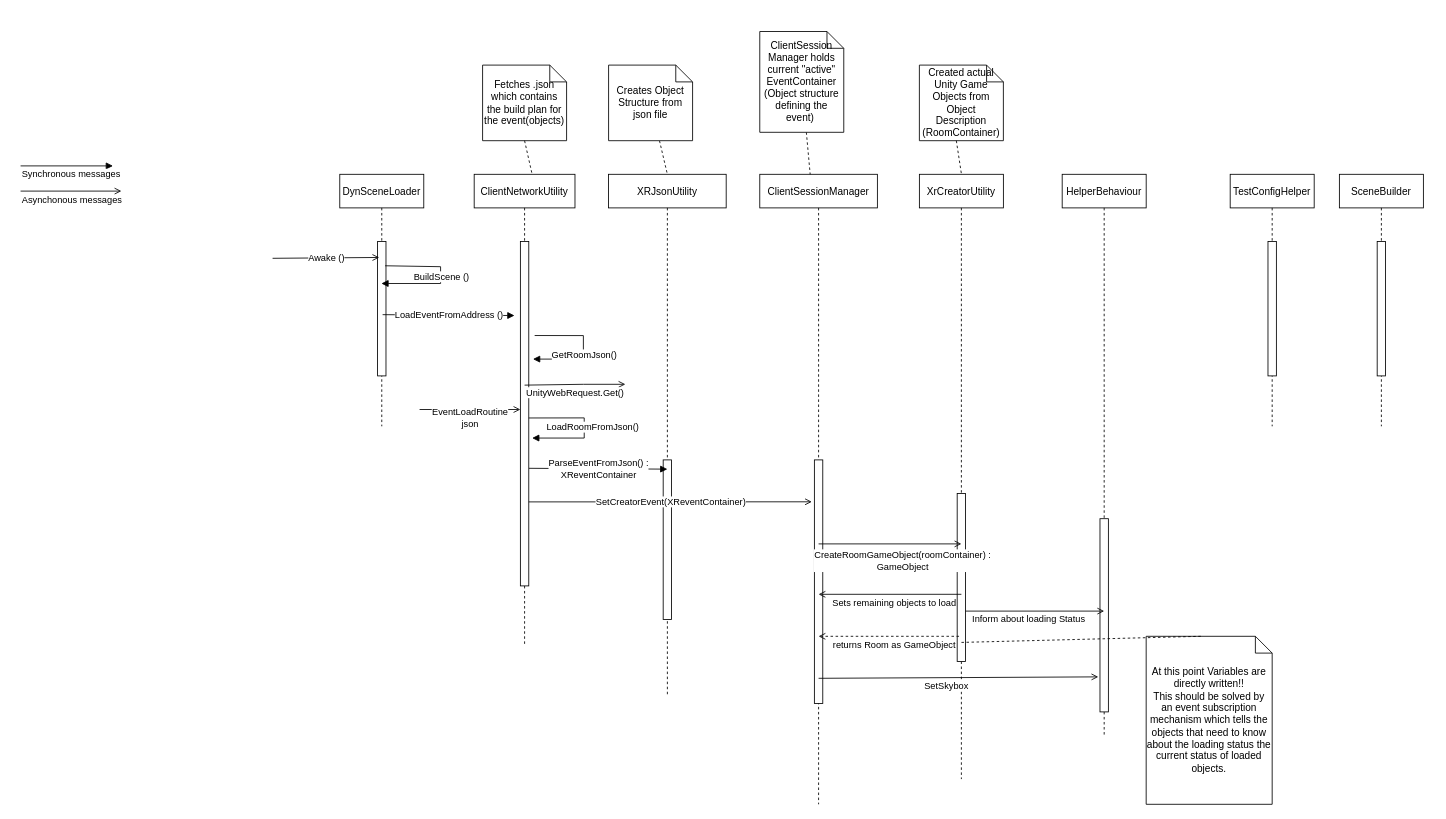
Earlier version of the draw.io diagram Documentation/Diagrams/DrawIO/SeqDiag_LevelLoader.drawio (xrchisense/xrevent-client-unity). Source tidied: cells renumbered, new cells numbered last; positions are measured from the earlier drawing's top-left corner, leaving out a move shared by most shapes. Both pictures are drawn from the tidied source at 84%, with x=0, y=0 at pixel (20, 31).
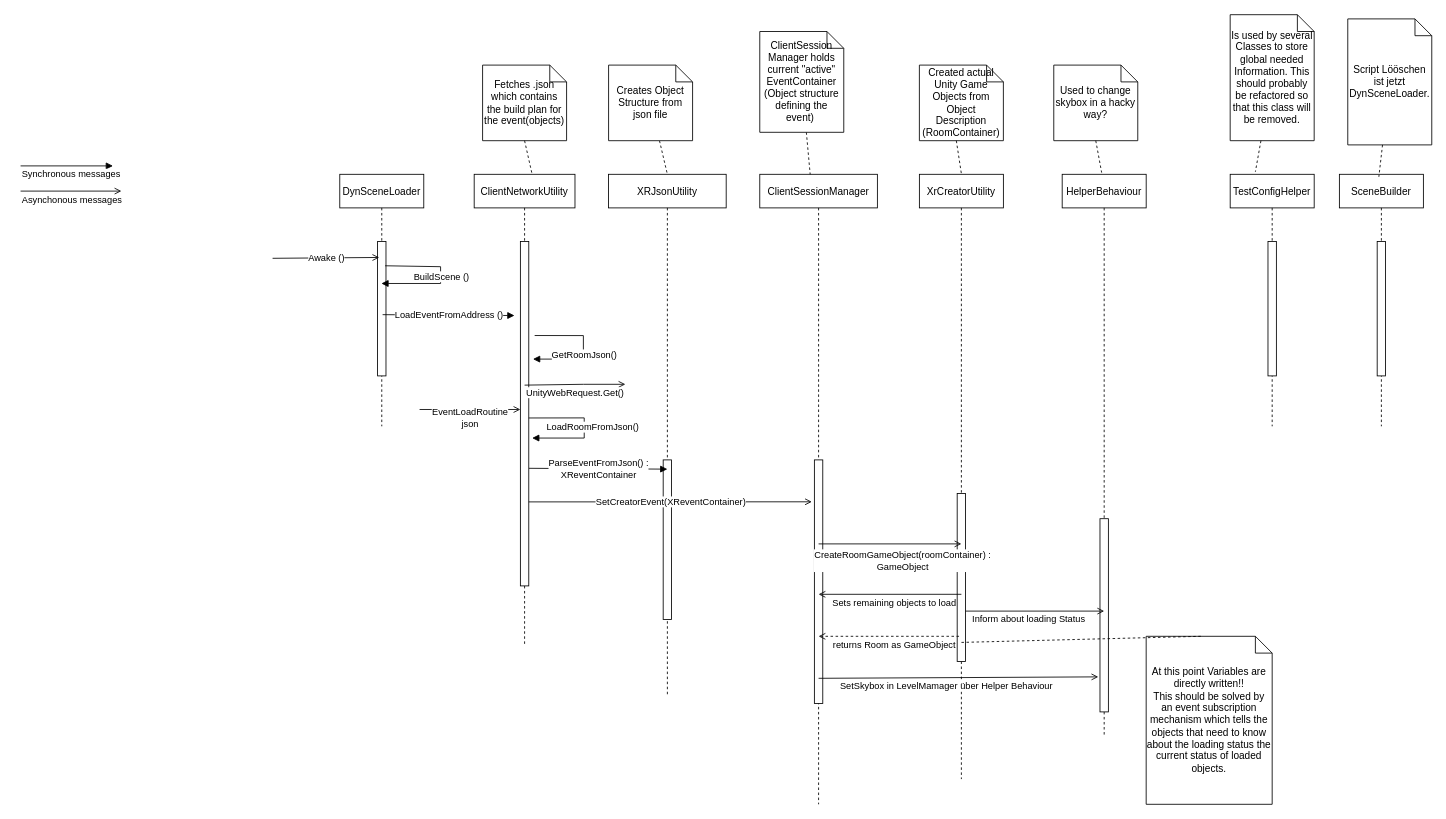
After the change.

Unchanged cells that the change refers to:
```xml
<mxCell id="19" value="XrCreatorUtility" style="shape=umlLifeline;perimeter=lifelinePerimeter;rounded=0;shadow=0;strokeWidth=1;" parent="1" vertex="1">
  <mxGeometry x="1070" y="170" width="100" height="720" as="geometry" />
</mxCell>
<mxCell id="22" value="SceneBuilder" style="shape=umlLifeline;perimeter=lifelinePerimeter;rounded=0;shadow=0;strokeWidth=1;" parent="1" vertex="1">
  <mxGeometry x="1570" y="170" width="100" height="300" as="geometry" />
</mxCell>
<mxCell id="30" value="TestConfigHelper" style="shape=umlLifeline;perimeter=lifelinePerimeter;rounded=0;shadow=0;strokeWidth=1;" parent="1" vertex="1">
  <mxGeometry x="1440" y="170" width="100" height="300" as="geometry" />
</mxCell>
<mxCell id="46" value="HelperBehaviour" style="shape=umlLifeline;perimeter=lifelinePerimeter;rounded=0;shadow=0;strokeWidth=1;" parent="1" vertex="1">
  <mxGeometry x="1240" y="170" width="100" height="670" as="geometry" />
</mxCell>
```

What changed in the source:
```diff
@@
-    <mxCell id="21" value="SetSkybox" style="endArrow=open;html=1;rounded=0;exitX=0.51;exitY=0.557;exitDx=0;exitDy=0;exitPerimeter=0;endFill=0;entryX=0.43;entryY=0.893;entryDx=0;entryDy=0;entryPerimeter=0;" parent="19" edge="1" target="46">
+    <mxCell id="21" value="SetSkybox in LevelMamager über Helper Behaviour" style="endArrow=open;html=1;rounded=0;exitX=0.51;exitY=0.557;exitDx=0;exitDy=0;exitPerimeter=0;endFill=0;entryX=0.43;entryY=0.893;entryDx=0;entryDy=0;entryPerimeter=0;" parent="19" edge="1" target="46">
       <mxGeometry x="-0.09" y="-10" relative="1" as="geometry">
         <mxPoint x="-120" y="600" as="sourcePoint" />
       </mxGeometry>
     </mxCell>
@@
+    <mxCell id="52" value="Used to change skybox in a hacky way?" style="shape=note;size=20;whiteSpace=wrap;html=1;" parent="1" vertex="1">
+      <mxGeometry x="1230" y="40" width="100" height="90" as="geometry" />
+    </mxCell>
+    <mxCell id="53" style="rounded=0;jettySize=auto;html=1;endArrow=none;endFill=0;dashed=1;exitX=0.5;exitY=1;exitDx=0;exitDy=0;exitPerimeter=0;entryX=0.47;entryY=-0.003;entryDx=0;entryDy=0;entryPerimeter=0;" parent="1" edge="1" source="52" target="46">
+      <mxGeometry relative="1" as="geometry" />
+    </mxCell>
+    <mxCell id="54" value="Is used by several Classes to store global needed Information. This should probably be refactored so that this class will be removed." style="shape=note;size=20;whiteSpace=wrap;html=1;" parent="1" vertex="1">
+      <mxGeometry x="1440" y="-20" width="100" height="150" as="geometry" />
+    </mxCell>
+    <mxCell id="55" style="rounded=0;jettySize=auto;html=1;endArrow=none;endFill=0;dashed=1;entryX=0.3;entryY=-0.01;entryDx=0;entryDy=0;entryPerimeter=0;" parent="1" edge="1" source="54" target="30">
+      <mxGeometry relative="1" as="geometry" />
+    </mxCell>
+    <mxCell id="56" value="Script Lööschen ist jetzt DynSceneLoader." style="shape=note;size=20;whiteSpace=wrap;html=1;" parent="1" vertex="1">
+      <mxGeometry x="1580" y="-15" width="100" height="150" as="geometry" />
+    </mxCell>
+    <mxCell id="57" style="rounded=0;jettySize=auto;html=1;endArrow=none;endFill=0;dashed=1;entryX=0.47;entryY=0.01;entryDx=0;entryDy=0;entryPerimeter=0;" parent="1" edge="1" source="56" target="22">
+      <mxGeometry relative="1" as="geometry" />
+    </mxCell>
```
